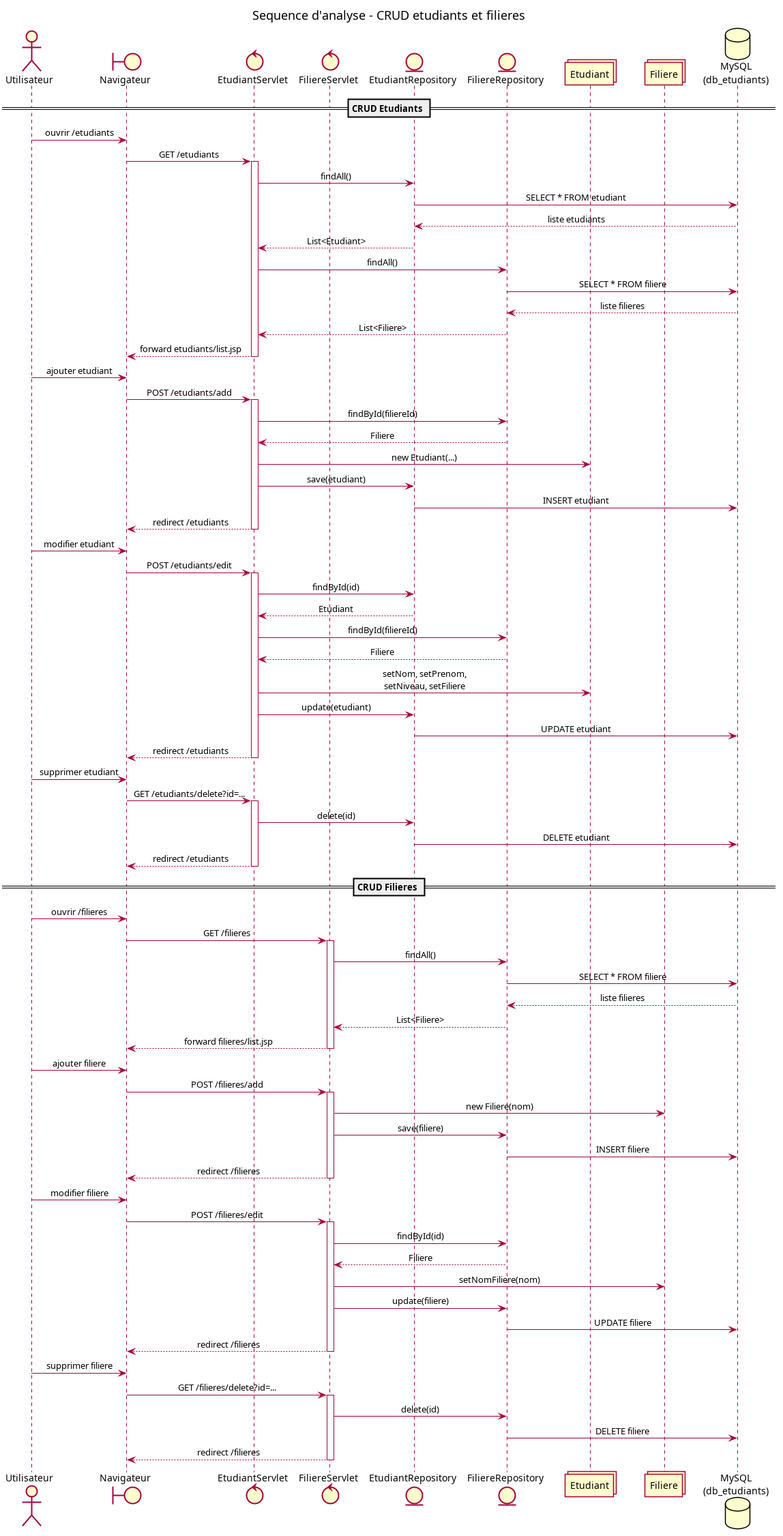
Above: docs/uml/images/sequence-analyse.png in mehdidabaj/app-etudiant (PlantUML), before the change. Its source is kept beside it as docs/uml/sequence-analyse.puml.
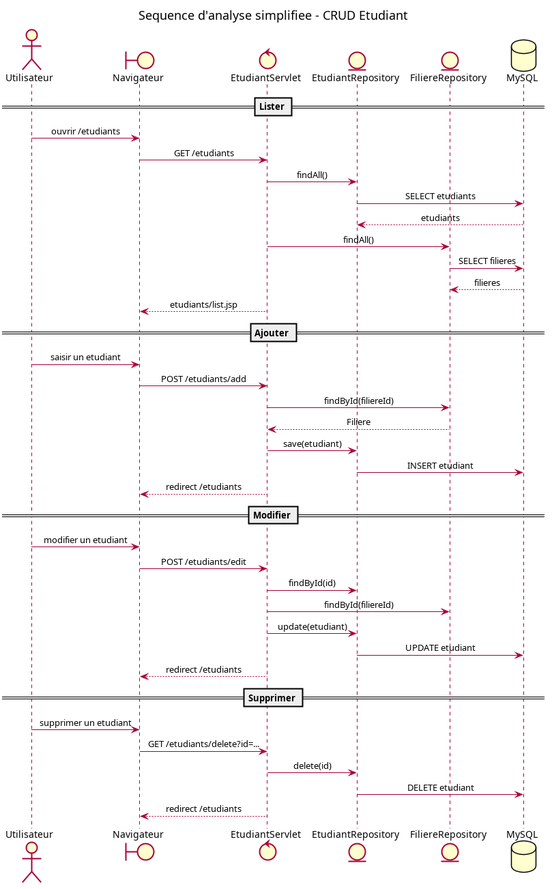
The same diagram one commit later.

Diff of the diagram source:
```diff
@@ -1,5 +1,5 @@
 @startuml
-title Sequence d'analyse - CRUD etudiants et filieres
+title Sequence d'analyse simplifiee - CRUD Etudiant
 
 skinparam shadowing false
 skinparam sequenceMessageAlign center
@@ -7,98 +7,45 @@
 
 actor "Utilisateur" as User
 boundary "Navigateur" as Browser
-control "EtudiantServlet" as EtudiantServlet
-control "FiliereServlet" as FiliereServlet
+control "EtudiantServlet" as Servlet
 entity "EtudiantRepository" as EtudiantRepo
 entity "FiliereRepository" as FiliereRepo
-collections "Etudiant" as Etudiant
-collections "Filiere" as Filiere
-database "MySQL\n(db_etudiants)" as DB
+database "MySQL" as DB
 
-== CRUD Etudiants ==
+== Lister ==
 User -> Browser : ouvrir /etudiants
-Browser -> EtudiantServlet : GET /etudiants
-activate EtudiantServlet
-EtudiantServlet -> EtudiantRepo : findAll()
-EtudiantRepo -> DB : SELECT * FROM etudiant
-DB --> EtudiantRepo : liste etudiants
-EtudiantRepo --> EtudiantServlet : List<Etudiant>
-EtudiantServlet -> FiliereRepo : findAll()
-FiliereRepo -> DB : SELECT * FROM filiere
-DB --> FiliereRepo : liste filieres
-FiliereRepo --> EtudiantServlet : List<Filiere>
-EtudiantServlet --> Browser : forward etudiants/list.jsp
-deactivate EtudiantServlet
+Browser -> Servlet : GET /etudiants
+Servlet -> EtudiantRepo : findAll()
+EtudiantRepo -> DB : SELECT etudiants
+DB --> EtudiantRepo : etudiants
+Servlet -> FiliereRepo : findAll()
+FiliereRepo -> DB : SELECT filieres
+DB --> FiliereRepo : filieres
+Servlet --> Browser : etudiants/list.jsp
 
-User -> Browser : ajouter etudiant
-Browser -> EtudiantServlet : POST /etudiants/add
-activate EtudiantServlet
-EtudiantServlet -> FiliereRepo : findById(filiereId)
-FiliereRepo --> EtudiantServlet : Filiere
-EtudiantServlet -> Etudiant : new Etudiant(...)
-EtudiantServlet -> EtudiantRepo : save(etudiant)
+== Ajouter ==
+User -> Browser : saisir un etudiant
+Browser -> Servlet : POST /etudiants/add
+Servlet -> FiliereRepo : findById(filiereId)
+FiliereRepo --> Servlet : Filiere
+Servlet -> EtudiantRepo : save(etudiant)
 EtudiantRepo -> DB : INSERT etudiant
-EtudiantServlet --> Browser : redirect /etudiants
-deactivate EtudiantServlet
+Servlet --> Browser : redirect /etudiants
 
-User -> Browser : modifier etudiant
-Browser -> EtudiantServlet : POST /etudiants/edit
-activate EtudiantServlet
-EtudiantServlet -> EtudiantRepo : findById(id)
-EtudiantRepo --> EtudiantServlet : Etudiant
-EtudiantServlet -> FiliereRepo : findById(filiereId)
-FiliereRepo --> EtudiantServlet : Filiere
-EtudiantServlet -> Etudiant : setNom, setPrenom,\nsetNiveau, setFiliere
-EtudiantServlet -> EtudiantRepo : update(etudiant)
+== Modifier ==
+User -> Browser : modifier un etudiant
+Browser -> Servlet : POST /etudiants/edit
+Servlet -> EtudiantRepo : findById(id)
+Servlet -> FiliereRepo : findById(filiereId)
+Servlet -> EtudiantRepo : update(etudiant)
 EtudiantRepo -> DB : UPDATE etudiant
-EtudiantServlet --> Browser : redirect /etudiants
-deactivate EtudiantServlet
+Servlet --> Browser : redirect /etudiants
 
-User -> Browser : supprimer etudiant
-Browser -> EtudiantServlet : GET /etudiants/delete?id=...
-activate EtudiantServlet
-EtudiantServlet -> EtudiantRepo : delete(id)
+== Supprimer ==
+User -> Browser : supprimer un etudiant
+Browser -> Servlet : GET /etudiants/delete?id=...
+Servlet -> EtudiantRepo : delete(id)
 EtudiantRepo -> DB : DELETE etudiant
-EtudiantServlet --> Browser : redirect /etudiants
-deactivate EtudiantServlet
-
-== CRUD Filieres ==
-User -> Browser : ouvrir /filieres
-Browser -> FiliereServlet : GET /filieres
-activate FiliereServlet
-FiliereServlet -> FiliereRepo : findAll()
-FiliereRepo -> DB : SELECT * FROM filiere
-DB --> FiliereRepo : liste filieres
-FiliereRepo --> FiliereServlet : List<Filiere>
-FiliereServlet --> Browser : forward filieres/list.jsp
-deactivate FiliereServlet
-
-User -> Browser : ajouter filiere
-Browser -> FiliereServlet : POST /filieres/add
-activate FiliereServlet
-FiliereServlet -> Filiere : new Filiere(nom)
-FiliereServlet -> FiliereRepo : save(filiere)
-FiliereRepo -> DB : INSERT filiere
-FiliereServlet --> Browser : redirect /filieres
-deactivate FiliereServlet
-
-User -> Browser : modifier filiere
-Browser -> FiliereServlet : POST /filieres/edit
-activate FiliereServlet
-FiliereServlet -> FiliereRepo : findById(id)
-FiliereRepo --> FiliereServlet : Filiere
-FiliereServlet -> Filiere : setNomFiliere(nom)
-FiliereServlet -> FiliereRepo : update(filiere)
-FiliereRepo -> DB : UPDATE filiere
-FiliereServlet --> Browser : redirect /filieres
-deactivate FiliereServlet
-
-User -> Browser : supprimer filiere
-Browser -> FiliereServlet : GET /filieres/delete?id=...
-activate FiliereServlet
-FiliereServlet -> FiliereRepo : delete(id)
-FiliereRepo -> DB : DELETE filiere
-FiliereServlet --> Browser : redirect /filieres
-deactivate FiliereServlet
+Servlet --> Browser : redirect /etudiants
 
 @enduml
```
